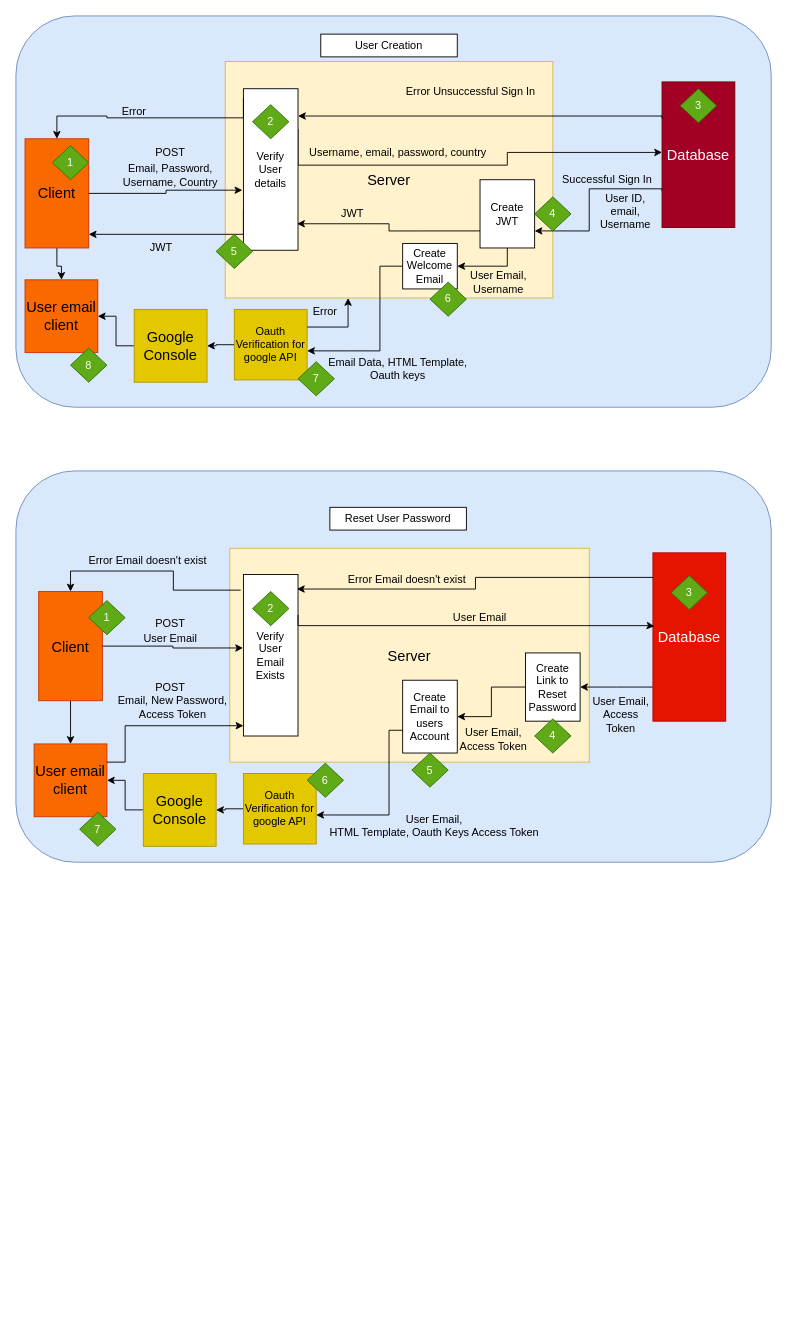
Bendavies96/T3A2-full-stack-app-part-a keeps this draw.io diagram as docs/User Creation Sequence Diagram.drawio. Above is the earlier version. Source tidied: cells renumbered, new cells numbered last; positions are measured from the earlier drawing's top-left corner, leaving out a move shared by most shapes. Both pictures are drawn from the tidied source at 91%, with x=0, y=0 at pixel (15, 15).
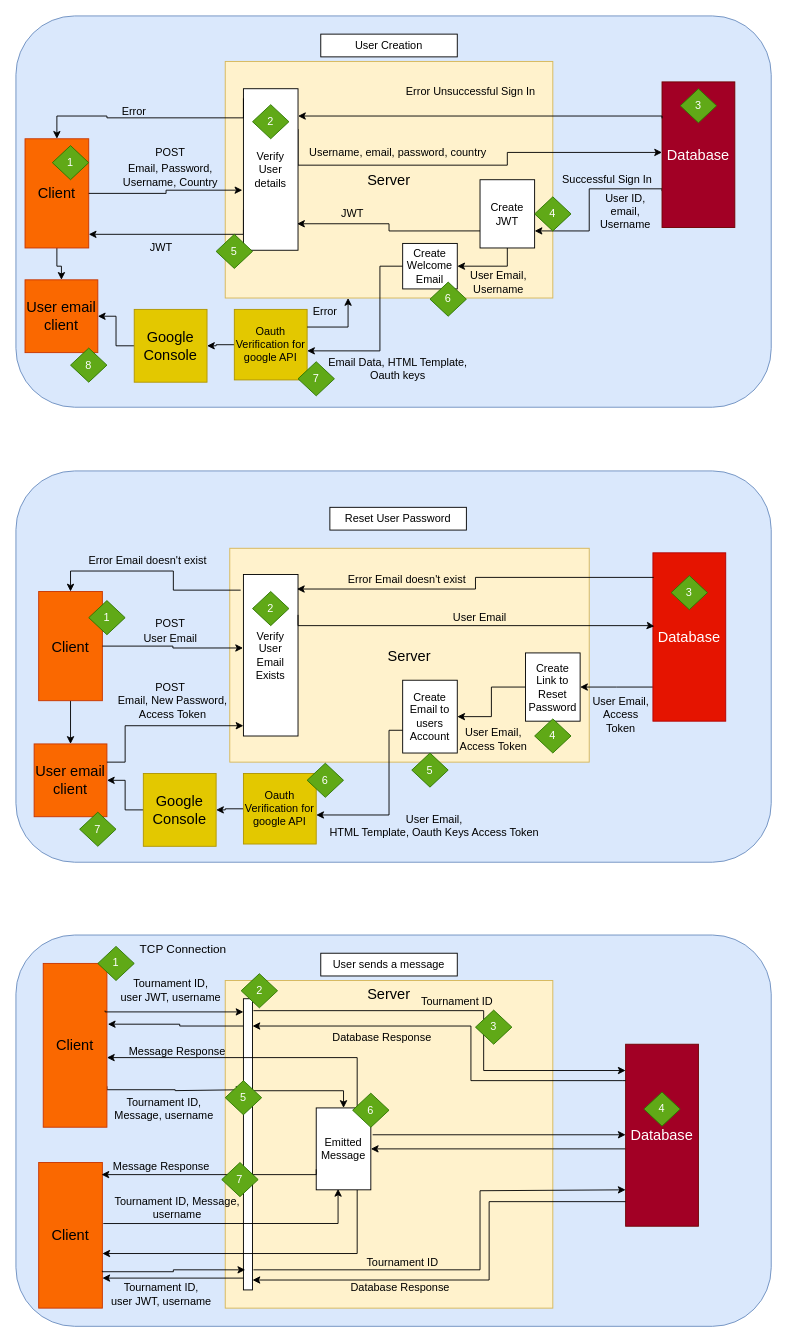
The same page after the edit.

The edit, as a diff of the source:
```diff
@@
+    <mxCell id="86" style="rounded=1;whiteSpace=wrap;html=1;fillColor=#dae8fc;strokeColor=#6c8ebf;" parent="1" vertex="1">
+      <mxGeometry y="1010" width="830" height="430" as="geometry" />
+    </mxCell>
+    <mxCell id="87" style="rounded=0;whiteSpace=wrap;html=1;fillColor=#fff2cc;strokeColor=#d6b656;" parent="1" vertex="1">
+      <mxGeometry x="230" y="1060" width="360" height="360" as="geometry" />
+    </mxCell>
+    <mxCell id="88" style="edgeStyle=orthogonalEdgeStyle;rounded=0;jettySize=auto;html=1;entryX=0;entryY=0.25;entryDx=0;entryDy=0;exitX=1;exitY=0.75;exitDx=0;exitDy=0;" parent="1" edge="1" source="89">
+      <mxGeometry relative="1" as="geometry">
+        <mxPoint x="250" y="1180" as="targetPoint" />
+        <Array as="points">
+          <mxPoint x="100" y="1180" />
+          <mxPoint x="175" y="1180" />
+          <mxPoint x="175" y="1181" />
+        </Array>
+      </mxGeometry>
+    </mxCell>
+    <mxCell id="89" value="&lt;span style=&quot;font-size: 16px;&quot;&gt;Client&lt;/span&gt;" style="rounded=0;whiteSpace=wrap;html=1;fillColor=#fa6800;strokeColor=#C73500;fontColor=#000000;" parent="1" vertex="1">
+      <mxGeometry x="30" y="1041.2" width="70" height="180" as="geometry" />
+    </mxCell>
+    <mxCell id="90" value="User sends a message" style="rounded=0;whiteSpace=wrap;html=1;" parent="1" vertex="1">
+      <mxGeometry x="335" y="1030" width="150" height="25" as="geometry" />
+    </mxCell>
+    <mxCell id="91" style="edgeStyle=orthogonalEdgeStyle;rounded=0;jettySize=auto;html=1;entryX=1;entryY=0.5;entryDx=0;entryDy=0;" parent="1" edge="1" source="92" target="110">
+      <mxGeometry relative="1" as="geometry">
+        <Array as="points">
+          <mxPoint x="590" y="1245" />
+          <mxPoint x="590" y="1245" />
+        </Array>
+      </mxGeometry>
+    </mxCell>
+    <mxCell id="92" value="&lt;span style=&quot;font-size: 16px;&quot;&gt;Database&lt;/span&gt;" style="rounded=0;whiteSpace=wrap;html=1;fillColor=#a20025;strokeColor=#6F0000;fontColor=#ffffff;" parent="1" vertex="1">
+      <mxGeometry x="670" y="1130" width="80" height="200" as="geometry" />
+    </mxCell>
+    <mxCell id="93" style="edgeStyle=orthogonalEdgeStyle;rounded=0;jettySize=auto;html=1;entryX=1.014;entryY=0.371;entryDx=0;entryDy=0;exitX=0.02;exitY=0.341;exitDx=0;exitDy=0;exitPerimeter=0;entryPerimeter=0;" parent="1" edge="1" target="89">
+      <mxGeometry relative="1" as="geometry">
+        <mxPoint x="250" y="1110" as="sourcePoint" />
+        <Array as="points">
+          <mxPoint x="180" y="1110" />
+          <mxPoint x="180" y="1108" />
+        </Array>
+      </mxGeometry>
+    </mxCell>
+    <mxCell id="94" style="edgeStyle=orthogonalEdgeStyle;rounded=0;jettySize=auto;html=1;entryX=1;entryY=0.25;entryDx=0;entryDy=0;exitX=0.1;exitY=0.956;exitDx=0;exitDy=0;exitPerimeter=0;" parent="1" edge="1" source="97">
+      <mxGeometry relative="1" as="geometry">
+        <mxPoint x="95" y="1387" as="targetPoint" />
+        <Array as="points">
+          <mxPoint x="251" y="1387" />
+        </Array>
+      </mxGeometry>
+    </mxCell>
+    <mxCell id="95" style="edgeStyle=orthogonalEdgeStyle;rounded=0;jettySize=auto;html=1;exitX=1.1;exitY=0.041;exitDx=0;exitDy=0;exitPerimeter=0;" parent="1" edge="1" source="97">
+      <mxGeometry relative="1" as="geometry">
+        <mxPoint x="670" y="1158.9" as="targetPoint" />
+        <Array as="points">
+          <mxPoint x="514" y="1093" />
+          <mxPoint x="514" y="1159" />
+        </Array>
+      </mxGeometry>
+    </mxCell>
+    <mxCell id="96" style="edgeStyle=orthogonalEdgeStyle;rounded=0;jettySize=auto;html=1;entryX=0.5;entryY=0;entryDx=0;entryDy=0;exitX=1.1;exitY=0.316;exitDx=0;exitDy=0;exitPerimeter=0;" parent="1" edge="1" source="97" target="110">
+      <mxGeometry relative="1" as="geometry">
+        <Array as="points">
+          <mxPoint x="360" y="1181" />
+        </Array>
+      </mxGeometry>
+    </mxCell>
+    <mxCell id="97" style="rounded=0;whiteSpace=wrap;html=1;" parent="1" vertex="1">
+      <mxGeometry x="250" y="1080" width="10" height="320" as="geometry" />
+    </mxCell>
+    <mxCell id="98" style="edgeStyle=orthogonalEdgeStyle;rounded=0;orthogonalLoop=1;jettySize=auto;html=1;exitX=0.5;exitY=1;exitDx=0;exitDy=0;" parent="1" edge="1">
+      <mxGeometry relative="1" as="geometry">
+        <mxPoint x="530" y="1317.5" as="sourcePoint" />
+        <mxPoint x="530" y="1317.5" as="targetPoint" />
+      </mxGeometry>
+    </mxCell>
+    <mxCell id="99" style="edgeStyle=orthogonalEdgeStyle;rounded=0;jettySize=auto;html=1;entryX=0.4;entryY=0.989;entryDx=0;entryDy=0;exitX=1.014;exitY=0.419;exitDx=0;exitDy=0;exitPerimeter=0;entryPerimeter=0;" parent="1" edge="1" source="100" target="110">
+      <mxGeometry relative="1" as="geometry" />
+    </mxCell>
+    <mxCell id="100" value="&lt;span style=&quot;font-size: 16px;&quot;&gt;Client&lt;/span&gt;" style="rounded=0;whiteSpace=wrap;html=1;fillColor=#fa6800;strokeColor=#C73500;fontColor=#000000;" parent="1" vertex="1">
+      <mxGeometry x="25" y="1260" width="70" height="160" as="geometry" />
+    </mxCell>
+    <mxCell id="101" value="1" style="rhombus;whiteSpace=wrap;html=1;fillColor=#60a917;strokeColor=#2D7600;fontColor=#ffffff;" parent="1" vertex="1">
+      <mxGeometry x="90" y="1022.5" width="40" height="37.5" as="geometry" />
+    </mxCell>
+    <mxCell id="102" value="2" style="rhombus;whiteSpace=wrap;html=1;fillColor=#60a917;strokeColor=#2D7600;fontColor=#ffffff;" parent="1" vertex="1">
+      <mxGeometry x="247.5" y="1052.5" width="40" height="37.5" as="geometry" />
+    </mxCell>
+    <mxCell id="103" value="3" style="rhombus;whiteSpace=wrap;html=1;fillColor=#60a917;strokeColor=#2D7600;fontColor=#ffffff;" parent="1" vertex="1">
+      <mxGeometry x="505" y="1092.5" width="40" height="37.5" as="geometry" />
+    </mxCell>
+    <mxCell id="104" style="edgeStyle=orthogonalEdgeStyle;rounded=0;jettySize=auto;html=1;entryX=-0.02;entryY=0.106;entryDx=0;entryDy=0;entryPerimeter=0;exitX=0.971;exitY=0.288;exitDx=0;exitDy=0;exitPerimeter=0;" parent="1" edge="1" source="89">
+      <mxGeometry relative="1" as="geometry">
+        <mxPoint x="250" y="1094.5" as="targetPoint" />
+        <Array as="points">
+          <mxPoint x="98" y="1095" />
+        </Array>
+      </mxGeometry>
+    </mxCell>
+    <mxCell id="105" style="edgeStyle=orthogonalEdgeStyle;rounded=0;orthogonalLoop=1;jettySize=auto;html=1;" parent="1" edge="1">
+      <mxGeometry relative="1" as="geometry">
+        <mxPoint x="670" y="1170" as="sourcePoint" />
+        <mxPoint x="260" y="1110" as="targetPoint" />
+        <Array as="points">
+          <mxPoint x="667" y="1170" />
+          <mxPoint x="500" y="1170" />
+          <mxPoint x="500" y="1110" />
+        </Array>
+      </mxGeometry>
+    </mxCell>
+    <mxCell id="106" style="edgeStyle=orthogonalEdgeStyle;rounded=0;jettySize=auto;html=1;entryX=0;entryY=0.25;entryDx=0;entryDy=0;exitX=1.1;exitY=0.931;exitDx=0;exitDy=0;exitPerimeter=0;" parent="1" edge="1" source="97">
+      <mxGeometry relative="1" as="geometry">
+        <mxPoint x="670" y="1290" as="targetPoint" />
+        <Array as="points">
+          <mxPoint x="510" y="1378" />
+          <mxPoint x="510" y="1291" />
+        </Array>
+      </mxGeometry>
+    </mxCell>
+    <mxCell id="107" style="edgeStyle=orthogonalEdgeStyle;rounded=0;jettySize=auto;html=1;entryX=1;entryY=0.966;entryDx=0;entryDy=0;entryPerimeter=0;" parent="1" edge="1" target="97">
+      <mxGeometry relative="1" as="geometry">
+        <mxPoint x="670" y="1303" as="sourcePoint" />
+        <Array as="points">
+          <mxPoint x="520" y="1303" />
+          <mxPoint x="520" y="1389" />
+        </Array>
+      </mxGeometry>
+    </mxCell>
+    <mxCell id="108" style="edgeStyle=orthogonalEdgeStyle;rounded=0;jettySize=auto;html=1;exitX=1;exitY=0.75;exitDx=0;exitDy=0;entryX=0.2;entryY=0.931;entryDx=0;entryDy=0;entryPerimeter=0;" parent="1" edge="1" target="97">
+      <mxGeometry relative="1" as="geometry">
+        <mxPoint x="95" y="1379" as="sourcePoint" />
+        <Array as="points">
+          <mxPoint x="95" y="1380" />
+          <mxPoint x="173" y="1380" />
+          <mxPoint x="173" y="1378" />
+        </Array>
+      </mxGeometry>
+    </mxCell>
+    <mxCell id="109" style="edgeStyle=orthogonalEdgeStyle;rounded=0;jettySize=auto;html=1;exitX=0.75;exitY=1;exitDx=0;exitDy=0;" parent="1" edge="1" source="110">
+      <mxGeometry relative="1" as="geometry">
+        <mxPoint x="95" y="1360" as="targetPoint" />
+        <Array as="points">
+          <mxPoint x="375" y="1360" />
+          <mxPoint x="95" y="1360" />
+        </Array>
+      </mxGeometry>
+    </mxCell>
+    <mxCell id="110" value="Emitted Message" style="rounded=0;whiteSpace=wrap;html=1;" parent="1" vertex="1">
+      <mxGeometry x="330" y="1200" width="60" height="90" as="geometry" />
+    </mxCell>
+    <mxCell id="111" style="edgeStyle=orthogonalEdgeStyle;rounded=0;jettySize=auto;html=1;exitX=0.75;exitY=0;exitDx=0;exitDy=0;entryX=1;entryY=0.575;entryDx=0;entryDy=0;entryPerimeter=0;" parent="1" edge="1" source="110" target="89">
+      <mxGeometry relative="1" as="geometry" />
+    </mxCell>
+    <mxCell id="112" style="edgeStyle=orthogonalEdgeStyle;rounded=0;jettySize=auto;html=1;exitX=0;exitY=0.75;exitDx=0;exitDy=0;entryX=0.986;entryY=0.083;entryDx=0;entryDy=0;entryPerimeter=0;" parent="1" edge="1" source="110" target="100">
+      <mxGeometry relative="1" as="geometry">
+        <Array as="points">
+          <mxPoint x="330" y="1273" />
+        </Array>
+      </mxGeometry>
+    </mxCell>
+    <mxCell id="113" style="edgeStyle=orthogonalEdgeStyle;rounded=0;orthogonalLoop=1;jettySize=auto;html=1;entryX=-0.025;entryY=0.575;entryDx=0;entryDy=0;entryPerimeter=0;" parent="1" edge="1">
+      <mxGeometry relative="1" as="geometry">
+        <mxPoint x="392" y="1229.5" as="sourcePoint" />
+        <mxPoint x="670" y="1229.5" as="targetPoint" />
+      </mxGeometry>
+    </mxCell>
+    <mxCell id="114" value="4" style="rhombus;whiteSpace=wrap;html=1;fillColor=#60a917;strokeColor=#2D7600;fontColor=#ffffff;" parent="1" vertex="1">
+      <mxGeometry x="690" y="1182.5" width="40" height="37.5" as="geometry" />
+    </mxCell>
+    <mxCell id="115" value="5" style="rhombus;whiteSpace=wrap;html=1;fillColor=#60a917;strokeColor=#2D7600;fontColor=#ffffff;" parent="1" vertex="1">
+      <mxGeometry x="230" y="1170" width="40" height="37.5" as="geometry" />
+    </mxCell>
+    <mxCell id="116" value="6" style="rhombus;whiteSpace=wrap;html=1;fillColor=#60a917;strokeColor=#2D7600;fontColor=#ffffff;" parent="1" vertex="1">
+      <mxGeometry x="370" y="1183.8" width="40" height="37.5" as="geometry" />
+    </mxCell>
+    <mxCell id="117" value="7" style="rhombus;whiteSpace=wrap;html=1;fillColor=#60a917;strokeColor=#2D7600;fontColor=#ffffff;" parent="1" vertex="1">
+      <mxGeometry x="226.2" y="1260" width="40" height="37.5" as="geometry" />
+    </mxCell>
+    <mxCell id="118" value="&lt;font style=&quot;font-size: 16px;&quot;&gt;Server&lt;/font&gt;" style="text;html=1;align=center;verticalAlign=middle;whiteSpace=wrap;rounded=0;" parent="1" vertex="1">
+      <mxGeometry x="350" y="1060" width="120" height="30" as="geometry" />
+    </mxCell>
+    <mxCell id="119" value="Tournament ID,&lt;div&gt;user JWT, username&lt;/div&gt;" style="text;html=1;align=center;verticalAlign=middle;whiteSpace=wrap;rounded=0;" parent="1" vertex="1">
+      <mxGeometry x="107.5" y="1056.2" width="125" height="30" as="geometry" />
+    </mxCell>
+    <mxCell id="120" value="Tournament ID" style="text;html=1;align=center;verticalAlign=middle;whiteSpace=wrap;rounded=0;" parent="1" vertex="1">
+      <mxGeometry x="415" y="1067.5" width="140" height="30" as="geometry" />
+    </mxCell>
+    <mxCell id="121" value="&lt;font style=&quot;font-size: 13px;&quot;&gt;TCP Connection&lt;/font&gt;" style="text;html=1;align=center;verticalAlign=middle;whiteSpace=wrap;rounded=0;" parent="1" vertex="1">
+      <mxGeometry x="120" y="1010" width="127.5" height="30" as="geometry" />
+    </mxCell>
+    <mxCell id="122" value="Tournament ID, Message, username" style="text;html=1;align=center;verticalAlign=middle;whiteSpace=wrap;rounded=0;" parent="1" vertex="1">
+      <mxGeometry x="96.2" y="1186.2" width="133.8" height="30" as="geometry" />
+    </mxCell>
+    <mxCell id="123" value="Message Response" style="text;html=1;align=center;verticalAlign=middle;whiteSpace=wrap;rounded=0;" parent="1" vertex="1">
+      <mxGeometry x="100" y="1250" width="120" height="30" as="geometry" />
+    </mxCell>
+    <mxCell id="124" value="Message Response" style="text;html=1;align=center;verticalAlign=middle;whiteSpace=wrap;rounded=0;" parent="1" vertex="1">
+      <mxGeometry x="85" y="1130" width="185" height="15" as="geometry" />
+    </mxCell>
+    <mxCell id="125" value="Database Response" style="text;html=1;align=center;verticalAlign=middle;whiteSpace=wrap;rounded=0;" parent="1" vertex="1">
+      <mxGeometry x="310" y="1115" width="185" height="15" as="geometry" />
+    </mxCell>
+    <mxCell id="126" value="Tournament ID" style="text;html=1;align=center;verticalAlign=middle;whiteSpace=wrap;rounded=0;" parent="1" vertex="1">
+      <mxGeometry x="355" y="1360" width="140" height="20" as="geometry" />
+    </mxCell>
+    <mxCell id="127" value="Database Response" style="text;html=1;align=center;verticalAlign=middle;whiteSpace=wrap;rounded=0;" parent="1" vertex="1">
+      <mxGeometry x="330" y="1390" width="185" height="15" as="geometry" />
+    </mxCell>
+    <mxCell id="128" value="Tournament ID, Message, username" style="text;html=1;align=center;verticalAlign=middle;whiteSpace=wrap;rounded=0;" parent="1" vertex="1">
+      <mxGeometry x="96.2" y="1297.5" width="162.5" height="25" as="geometry" />
+    </mxCell>
+    <mxCell id="129" value="Tournament ID,&lt;div&gt;user JWT, username&lt;/div&gt;" style="text;html=1;align=center;verticalAlign=middle;whiteSpace=wrap;rounded=0;" parent="1" vertex="1">
+      <mxGeometry x="70" y="1390" width="180" height="30" as="geometry" />
+    </mxCell>
```
